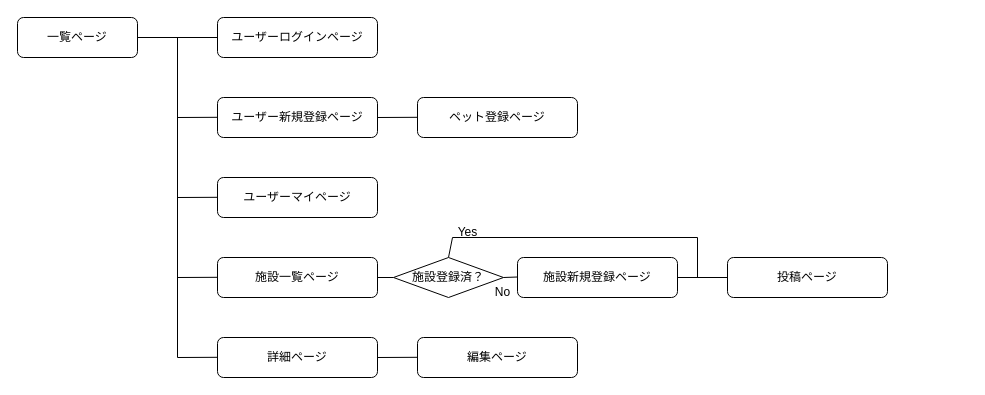
Earlier version of the draw.io diagram OwD_UIflow.dio (ChisatoMatoba/odekake-with-dogs). Source tidied: cells renumbered, new cells numbered last; positions are measured from the earlier drawing's top-left corner, leaving out a move shared by most shapes. Both pictures are drawn from the tidied source at 100%, with x=0, y=0 at pixel (17, 17).
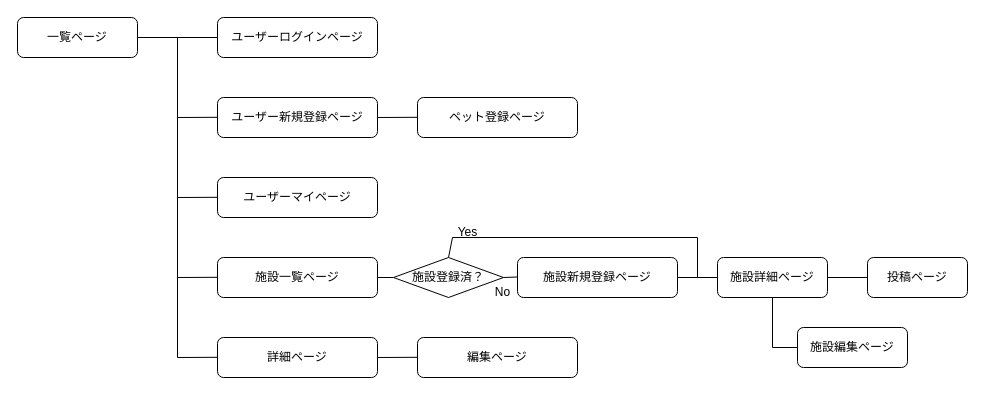
The same diagram, later.

Commit message (it also covers changes not shown here):
画面遷移図修正

Unchanged cells that the change refers to:
```xml
<mxCell id="19" value="施設新規登録ページ" style="rounded=1;whiteSpace=wrap;html=1;" parent="1" vertex="1">
  <mxGeometry x="500" y="240" width="160" height="40" as="geometry" />
</mxCell>
```

Diff of the diagram source:
```diff
@@
-    <mxCell id="18" style="edgeStyle=none;html=1;endArrow=none;endFill=0;" parent="1" edge="1" source="19" target="21">
+    <mxCell id="18" style="edgeStyle=none;html=1;endArrow=none;endFill=0;entryX=0;entryY=0.5;entryDx=0;entryDy=0;" parent="1" edge="1" source="19" target="29">
       <mxGeometry relative="1" as="geometry" />
     </mxCell>
@@
     <mxCell id="21" value="投稿ページ" style="rounded=1;whiteSpace=wrap;html=1;" parent="1" vertex="1">
-      <mxGeometry x="710" y="240" width="160" height="40" as="geometry" />
+      <mxGeometry x="850" y="240" width="100" height="40" as="geometry" />
     </mxCell>
@@
+    <mxCell id="27" style="edgeStyle=none;html=1;exitX=1;exitY=0.5;exitDx=0;exitDy=0;entryX=0;entryY=0.5;entryDx=0;entryDy=0;endArrow=none;endFill=0;" parent="1" edge="1" source="29" target="21">
+      <mxGeometry relative="1" as="geometry" />
+    </mxCell>
+    <mxCell id="28" style="edgeStyle=none;html=1;exitX=0.5;exitY=1;exitDx=0;exitDy=0;entryX=0;entryY=0.5;entryDx=0;entryDy=0;endArrow=none;endFill=0;rounded=0;" parent="1" edge="1" source="29" target="30">
+      <mxGeometry relative="1" as="geometry">
+        <Array as="points">
+          <mxPoint x="755" y="330" />
+        </Array>
+      </mxGeometry>
+    </mxCell>
+    <mxCell id="29" value="施設詳細ページ" style="rounded=1;whiteSpace=wrap;html=1;" parent="1" vertex="1">
+      <mxGeometry x="700" y="240" width="110" height="40" as="geometry" />
+    </mxCell>
+    <mxCell id="30" value="施設編集ページ" style="rounded=1;whiteSpace=wrap;html=1;" parent="1" vertex="1">
+      <mxGeometry x="780" y="310" width="110" height="40" as="geometry" />
+    </mxCell>
```
